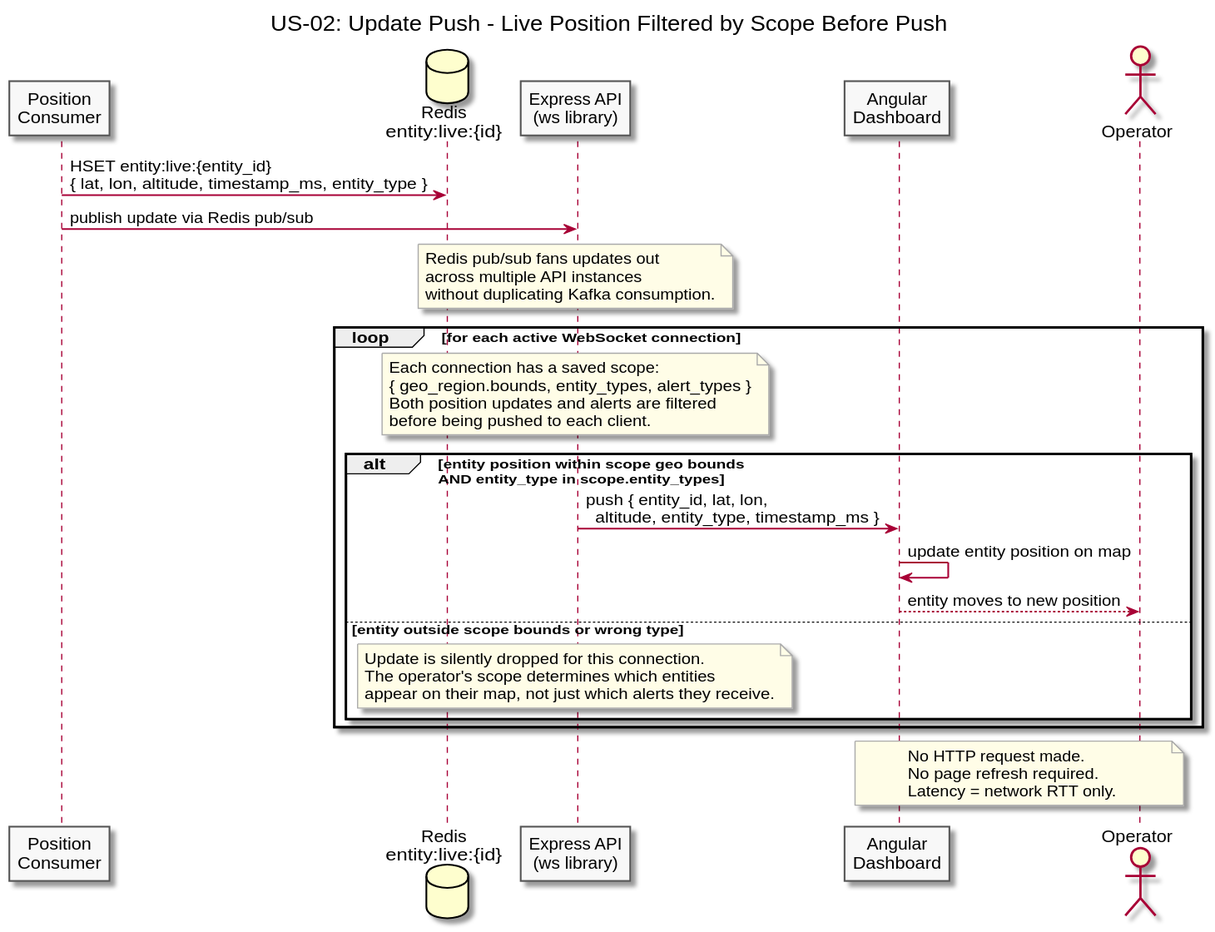
Buffden/sentinel keeps this PlantUML diagram as diagrams/docs/use-cases/US-02-live-map-updates/update-push.svg. Above is the earlier version.
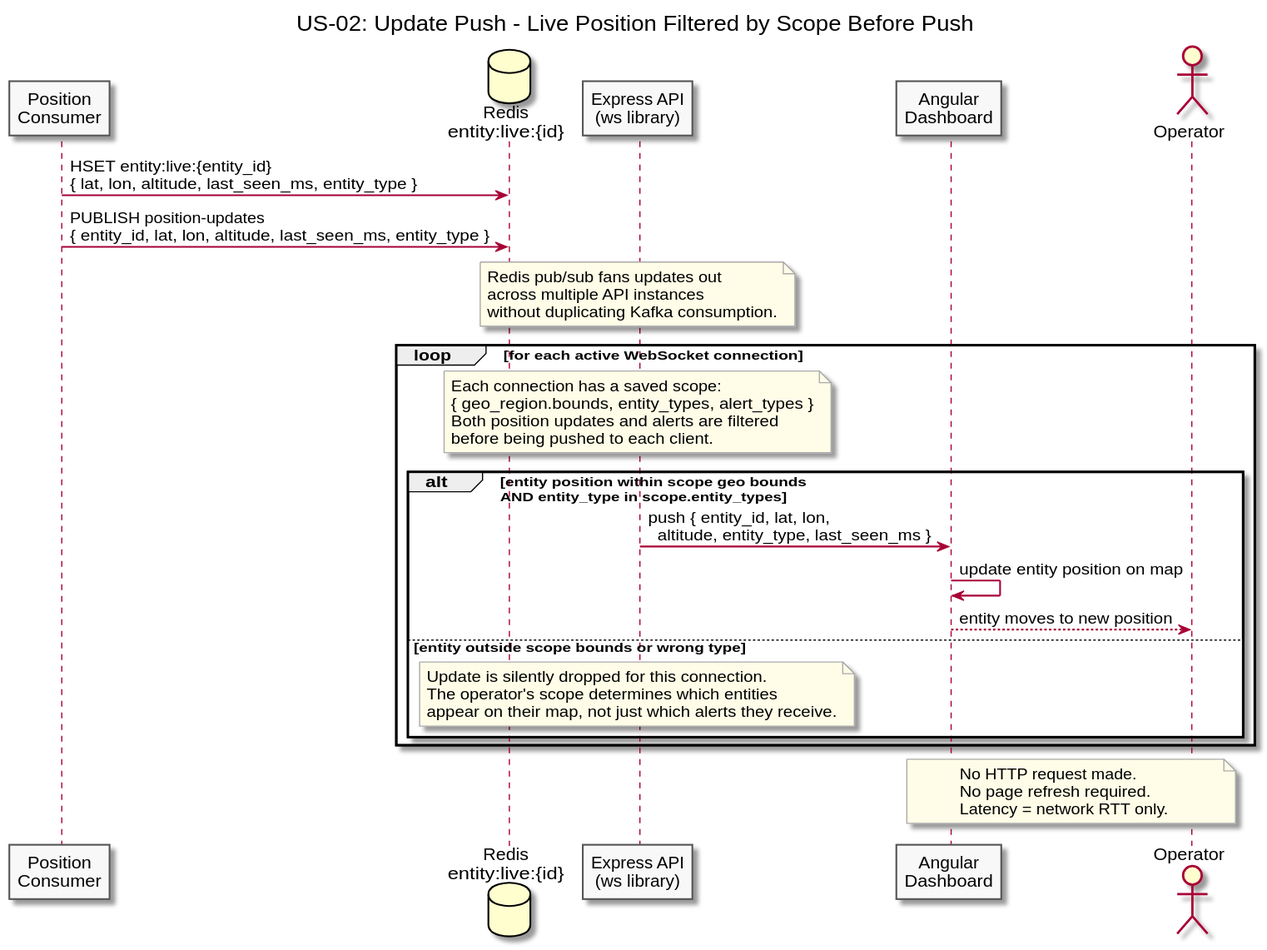
The same diagram one commit later.

What changed in the source:
```diff
@@ -13,8 +13,8 @@
 participant "Angular\nDashboard" as Dashboard
 actor Operator
 
-Consumer -> Redis : HSET entity:live:{entity_id}\n{ lat, lon, altitude, timestamp_ms, entity_type }
-Consumer -> API : publish update via Redis pub/sub
+Consumer -> Redis : HSET entity:live:{entity_id}\n{ lat, lon, altitude, last_seen_ms, entity_type }
+Consumer -> Redis : PUBLISH position-updates\n{ entity_id, lat, lon, altitude, last_seen_ms, entity_type }
 
 note over API
   Redis pub/sub fans updates out
@@ -31,7 +31,7 @@
   end note
 
   alt entity position within scope geo bounds\nAND entity_type in scope.entity_types
-    API -> Dashboard : push { entity_id, lat, lon,\n  altitude, entity_type, timestamp_ms }
+    API -> Dashboard : push { entity_id, lat, lon,\n  altitude, entity_type, last_seen_ms }
     Dashboard -> Dashboard : update entity position on map
     Dashboard --> Operator : entity moves to new position
   else entity outside scope bounds or wrong type
```
